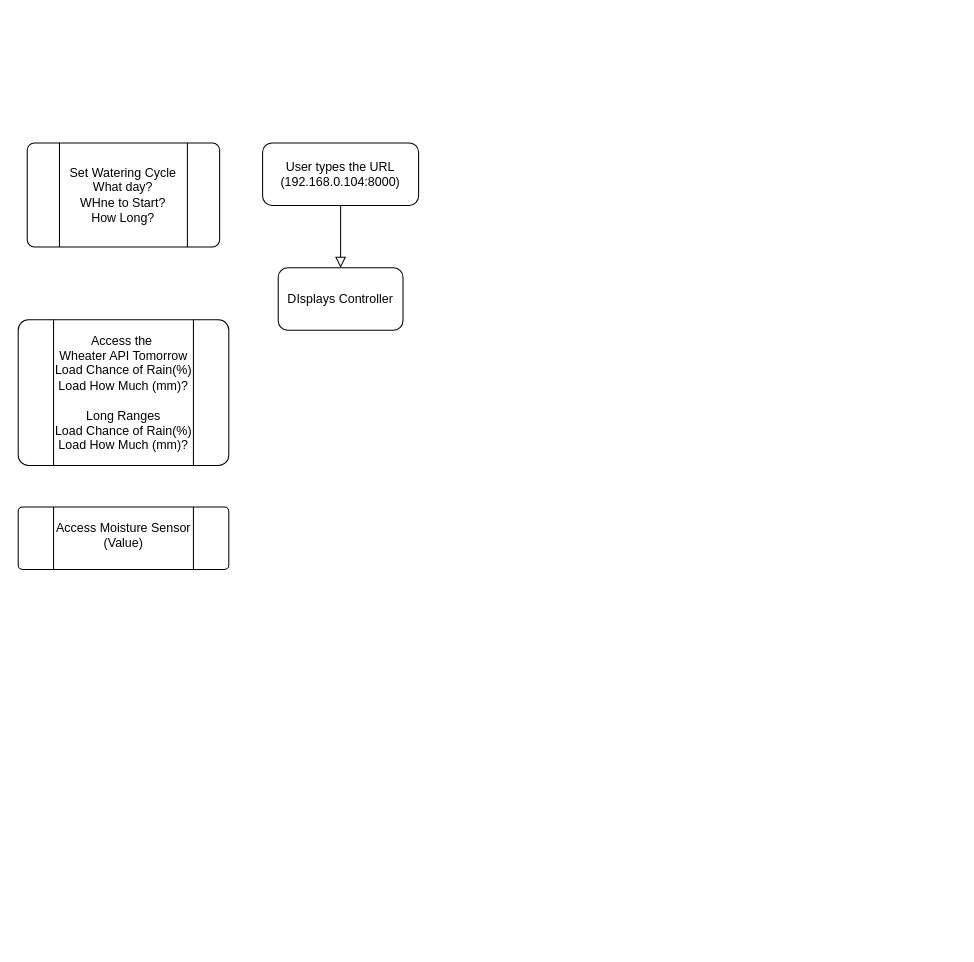
Earlier version of the draw.io diagram rasPI.drawio (TamaMak/at1). Source tidied: cells renumbered, new cells numbered last; positions are measured from the earlier drawing's top-left corner, leaving out a move shared by most shapes. Both pictures are drawn from the tidied source at 104%, with x=0, y=0 at pixel (18, 142).
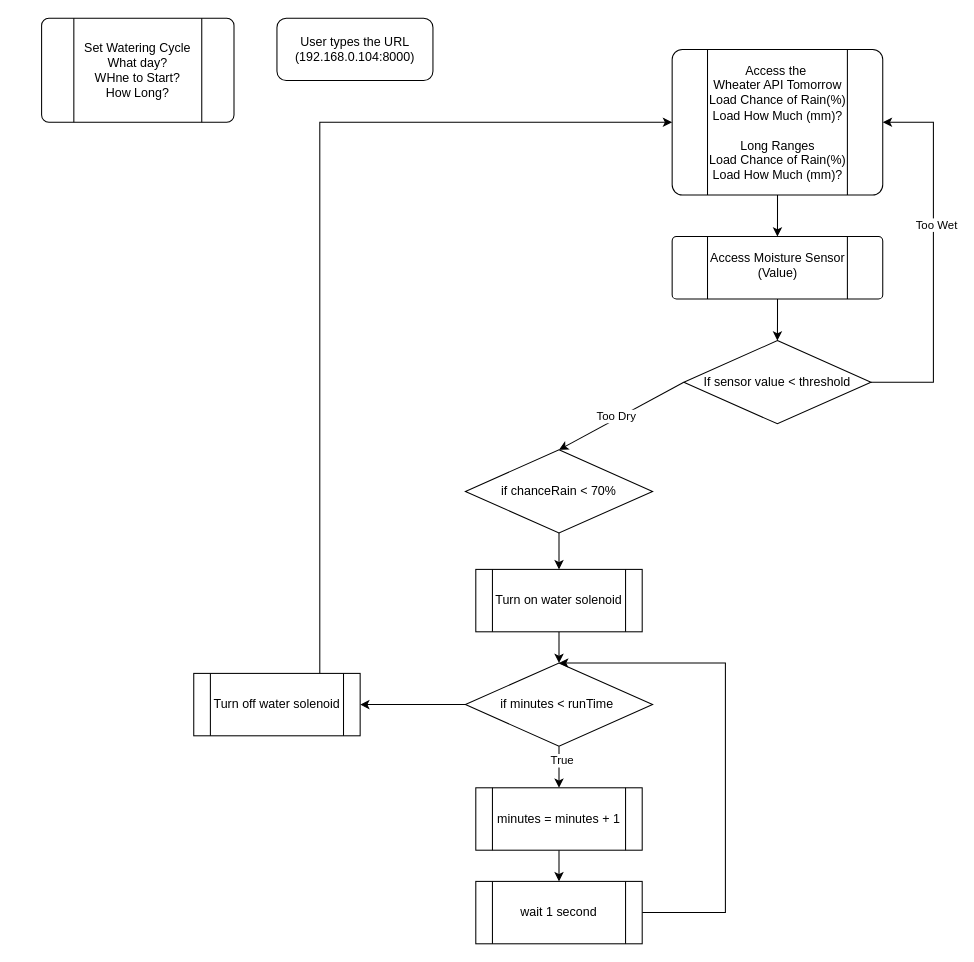
Above is the later version.

Diff of the diagram source:
```diff
@@
-    <mxCell id="2" style="rounded=0;html=1;jettySize=auto;fontSize=11;endArrow=block;endFill=0;endSize=8;strokeWidth=1;shadow=0;labelBackgroundColor=none;edgeStyle=orthogonalEdgeStyle;" parent="1" edge="1" source="3">
-      <mxGeometry relative="1" as="geometry">
-        <mxPoint x="310" y="120" as="targetPoint" />
-      </mxGeometry>
-    </mxCell>
     <mxCell id="3" value="User types the URL (192.168.0.104:8000)" style="rounded=1;whiteSpace=wrap;html=1;fontSize=12;glass=0;strokeWidth=1;shadow=0;" parent="1" vertex="1">
-      <mxGeometry x="235" width="150" height="60" as="geometry" />
+      <mxGeometry x="248.8" y="-120" width="150" height="60" as="geometry" />
     </mxCell>
-    <mxCell id="4" value="DIsplays Controller" style="rounded=1;whiteSpace=wrap;html=1;" parent="1" vertex="1">
-      <mxGeometry x="250" y="120" width="120" height="60" as="geometry" />
-    </mxCell>
     <mxCell id="5" style="group;" parent="1" vertex="1">
-      <mxGeometry x="26.2" width="185" height="100" as="geometry" />
+      <mxGeometry x="40" y="-120" width="185" height="100" as="geometry" />
     </mxCell>
@@
+    <mxCell id="12" style="edgeStyle=orthogonalEdgeStyle;rounded=0;jettySize=auto;html=1;entryX=0.5;entryY=0;entryDx=0;entryDy=0;" parent="1" edge="1" source="8" target="10">
+      <mxGeometry relative="1" as="geometry" />
+    </mxCell>
     <mxCell id="8" style="verticalLabelPosition=bottom;verticalAlign=top;html=1;shape=process;whiteSpace=wrap;rounded=1;size=0.16666666666666666;arcSize=7;align=center;" parent="1" vertex="1">
-      <mxGeometry y="170" width="202.5" height="140" as="geometry" />
+      <mxGeometry x="628.8" y="-90" width="202.5" height="140" as="geometry" />
     </mxCell>
     <mxCell id="9" value="&lt;div&gt;Access the&amp;nbsp;&lt;/div&gt;&lt;div&gt;Wheater API Tomorrow&lt;/div&gt;Load Chance of Rain(%)&lt;div&gt;Load How Much (mm)?&lt;/div&gt;&lt;div&gt;&lt;br&gt;&lt;/div&gt;&lt;div&gt;Long Ranges&lt;/div&gt;&lt;div&gt;Load Chance of Rain(%)&lt;div&gt;Load How Much (mm)?&lt;/div&gt;&lt;div&gt;&lt;br&gt;&lt;/div&gt;&lt;div&gt;&lt;br&gt;&lt;/div&gt;&lt;/div&gt;" style="text;html=1;align=center;verticalAlign=middle;whiteSpace=wrap;rounded=0;" parent="1" vertex="1">
-      <mxGeometry x="33.8" y="240" width="135" height="30" as="geometry" />
+      <mxGeometry x="662.5" y="-20" width="135" height="30" as="geometry" />
     </mxCell>
+    <mxCell id="13" style="edgeStyle=orthogonalEdgeStyle;rounded=0;jettySize=auto;html=1;entryX=0.5;entryY=0;entryDx=0;entryDy=0;" parent="1" edge="1" source="10" target="18">
+      <mxGeometry relative="1" as="geometry" />
+    </mxCell>
     <mxCell id="10" style="verticalLabelPosition=bottom;verticalAlign=top;html=1;shape=process;whiteSpace=wrap;rounded=1;size=0.16666666666666666;arcSize=7;align=center;" parent="1" vertex="1">
-      <mxGeometry y="350" width="202.5" height="60" as="geometry" />
+      <mxGeometry x="628.8" y="90" width="202.5" height="60" as="geometry" />
     </mxCell>
     <mxCell id="11" value="&lt;div&gt;Access Moisture Sensor (Value)&lt;/div&gt;&lt;div&gt;&lt;div&gt;&lt;br&gt;&lt;/div&gt;&lt;/div&gt;" style="text;html=1;align=center;verticalAlign=middle;whiteSpace=wrap;rounded=0;" parent="1" vertex="1">
-      <mxGeometry x="33.8" y="370" width="135" height="30" as="geometry" />
+      <mxGeometry x="662.5" y="110" width="135" height="30" as="geometry" />
     </mxCell>
+    <mxCell id="14" style="rounded=0;jettySize=auto;html=1;exitX=0;exitY=0.5;exitDx=0;exitDy=0;entryX=0.5;entryY=0;entryDx=0;entryDy=0;" parent="1" edge="1" source="18" target="20">
+      <mxGeometry relative="1" as="geometry" />
+    </mxCell>
+    <mxCell id="15" value="Too Dry" style="edgeLabel;html=1;align=center;verticalAlign=middle;" parent="14" vertex="1">
+      <mxGeometry x="0.07" y="-3" relative="1" as="geometry" />
+    </mxCell>
+    <mxCell id="16" style="edgeStyle=orthogonalEdgeStyle;rounded=0;jettySize=auto;html=1;entryX=1;entryY=0.5;entryDx=0;entryDy=0;" parent="1" edge="1" source="18" target="8">
+      <mxGeometry relative="1" as="geometry">
+        <Array as="points">
+          <mxPoint x="880" y="230" />
+          <mxPoint x="880" y="-20" />
+        </Array>
+      </mxGeometry>
+    </mxCell>
+    <mxCell id="17" value="Too Wet" style="edgeLabel;html=1;align=center;verticalAlign=middle;" parent="16" vertex="1">
+      <mxGeometry x="0.18" y="-2" relative="1" as="geometry" />
+    </mxCell>
+    <mxCell id="18" value="If sensor value &amp;lt; threshold" style="rhombus;whiteSpace=wrap;html=1;" parent="1" vertex="1">
+      <mxGeometry x="640" y="190" width="180" height="80" as="geometry" />
+    </mxCell>
+    <mxCell id="19" style="edgeStyle=orthogonalEdgeStyle;rounded=0;jettySize=auto;html=1;" parent="1" edge="1" source="20" target="22">
+      <mxGeometry relative="1" as="geometry" />
+    </mxCell>
+    <mxCell id="20" value="if chanceRain &amp;lt; 70%" style="rhombus;whiteSpace=wrap;html=1;" parent="1" vertex="1">
+      <mxGeometry x="430" y="295" width="180" height="80" as="geometry" />
+    </mxCell>
+    <mxCell id="21" style="edgeStyle=orthogonalEdgeStyle;rounded=0;jettySize=auto;html=1;entryX=0.5;entryY=0;entryDx=0;entryDy=0;" parent="1" edge="1" source="22" target="26">
+      <mxGeometry relative="1" as="geometry" />
+    </mxCell>
+    <mxCell id="22" value="Turn on water solenoid" style="shape=process;whiteSpace=wrap;html=1;backgroundOutline=1;" parent="1" vertex="1">
+      <mxGeometry x="440" y="410" width="160" height="60" as="geometry" />
+    </mxCell>
+    <mxCell id="23" style="edgeStyle=orthogonalEdgeStyle;rounded=0;jettySize=auto;html=1;entryX=0.5;entryY=0;entryDx=0;entryDy=0;" parent="1" edge="1" source="26" target="28">
+      <mxGeometry relative="1" as="geometry" />
+    </mxCell>
+    <mxCell id="24" value="True" style="edgeLabel;html=1;align=center;verticalAlign=middle;" parent="23" vertex="1">
+      <mxGeometry x="-0.35" y="2" relative="1" as="geometry" />
+    </mxCell>
+    <mxCell id="25" style="edgeStyle=orthogonalEdgeStyle;rounded=0;jettySize=auto;html=1;" parent="1" edge="1" source="26" target="32">
+      <mxGeometry relative="1" as="geometry" />
+    </mxCell>
+    <mxCell id="26" value="if minutes &amp;lt; runTime&amp;nbsp;" style="rhombus;whiteSpace=wrap;html=1;" parent="1" vertex="1">
+      <mxGeometry x="430" y="500" width="180" height="80" as="geometry" />
+    </mxCell>
+    <mxCell id="27" style="edgeStyle=orthogonalEdgeStyle;rounded=0;jettySize=auto;html=1;entryX=0.5;entryY=0;entryDx=0;entryDy=0;" parent="1" edge="1" source="28" target="30">
+      <mxGeometry relative="1" as="geometry" />
+    </mxCell>
+    <mxCell id="28" value="minutes = minutes + 1" style="shape=process;whiteSpace=wrap;html=1;backgroundOutline=1;" parent="1" vertex="1">
+      <mxGeometry x="440" y="620" width="160" height="60" as="geometry" />
+    </mxCell>
+    <mxCell id="29" style="edgeStyle=orthogonalEdgeStyle;rounded=0;jettySize=auto;html=1;entryX=0.5;entryY=0;entryDx=0;entryDy=0;" parent="1" edge="1" source="30" target="26">
+      <mxGeometry relative="1" as="geometry">
+        <Array as="points">
+          <mxPoint x="680" y="740" />
+          <mxPoint x="680" y="500" />
+        </Array>
+      </mxGeometry>
+    </mxCell>
+    <mxCell id="30" value="wait 1 second" style="shape=process;whiteSpace=wrap;html=1;backgroundOutline=1;" parent="1" vertex="1">
+      <mxGeometry x="440" y="710" width="160" height="60" as="geometry" />
+    </mxCell>
+    <mxCell id="31" style="edgeStyle=orthogonalEdgeStyle;rounded=0;jettySize=auto;html=1;entryX=0;entryY=0.5;entryDx=0;entryDy=0;" parent="1" edge="1" source="32" target="8">
+      <mxGeometry relative="1" as="geometry">
+        <Array as="points">
+          <mxPoint x="290" y="-20" />
+        </Array>
+      </mxGeometry>
+    </mxCell>
+    <mxCell id="32" value="Turn off water solenoid" style="shape=process;whiteSpace=wrap;html=1;backgroundOutline=1;" parent="1" vertex="1">
+      <mxGeometry x="168.8" y="510" width="160" height="60" as="geometry" />
+    </mxCell>
```
